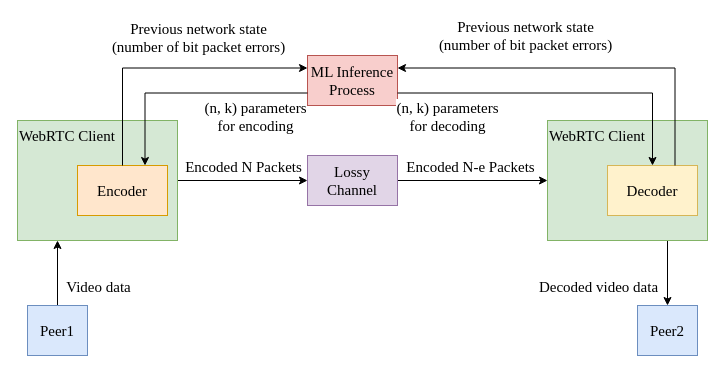
Earlier version of the draw.io diagram system_diagram.drawio (jason-gerard/Adaptive-FEC-WebRTC). Source tidied: cells renumbered, new cells numbered last; positions are measured from the earlier drawing's top-left corner, leaving out a move shared by most shapes. Both pictures are drawn from the tidied source at 100%, with x=0, y=0 at pixel (17, 55).
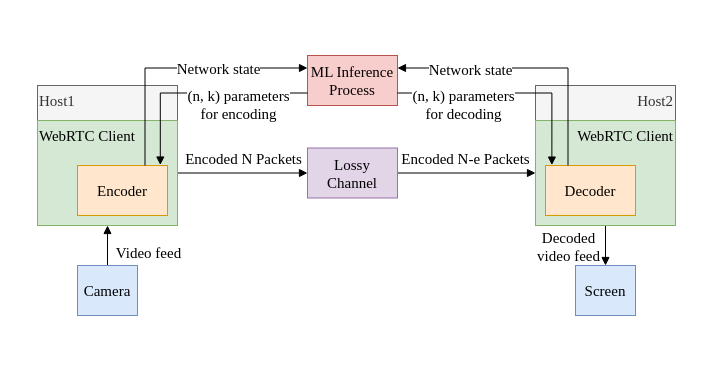
After the change.

Unchanged cells that the change refers to:
```xml
<mxCell id="5" value="ML Inference Process" style="rounded=0;whiteSpace=wrap;html=1;fillColor=#f8cecc;strokeColor=#b85450;fontFamily=Times New Roman;fontSize=15;" parent="1" vertex="1">
  <mxGeometry x="290" width="90" height="50" as="geometry" />
</mxCell>
<mxCell id="14" value="Encoder" style="rounded=0;whiteSpace=wrap;html=1;fillColor=#ffe6cc;strokeColor=#d79b00;fontFamily=Times New Roman;fontSize=15;" parent="1" vertex="1">
  <mxGeometry x="60" y="110" width="90" height="50" as="geometry" />
</mxCell>
```

What changed in the source:
```diff
@@
+    <mxCell id="26" value="Host2" style="rounded=0;whiteSpace=wrap;html=1;verticalAlign=top;align=right;fontFamily=Times New Roman;fontSize=15;fillColor=#f5f5f5;fontColor=#333333;strokeColor=#666666;" parent="1" vertex="1">
+      <mxGeometry x="518" y="30" width="140" height="140" as="geometry" />
+    </mxCell>
+    <mxCell id="27" value="Host1" style="rounded=0;whiteSpace=wrap;html=1;verticalAlign=top;align=left;fontFamily=Times New Roman;fontSize=15;fillColor=#f5f5f5;fontColor=#333333;strokeColor=#666666;" parent="1" vertex="1">
+      <mxGeometry x="20" y="30" width="140" height="140" as="geometry" />
+    </mxCell>
-    <mxCell id="2" style="edgeStyle=orthogonalEdgeStyle;rounded=0;jettySize=auto;html=1;exitX=0.5;exitY=0;exitDx=0;exitDy=0;fontFamily=Times New Roman;fontSize=15;entryX=0.25;entryY=1;entryDx=0;entryDy=0;" parent="1" edge="1" source="4" target="8">
+    <mxCell id="2" style="edgeStyle=orthogonalEdgeStyle;rounded=0;jettySize=auto;html=1;exitX=0.5;exitY=0;exitDx=0;exitDy=0;fontFamily=Times New Roman;fontSize=15;entryX=0.5;entryY=1;entryDx=0;entryDy=0;endArrow=block;endFill=1;" parent="1" edge="1" source="4" target="8">
       <mxGeometry relative="1" as="geometry" />
     </mxCell>
-    <mxCell id="3" value="Video data" style="edgeLabel;html=1;align=center;verticalAlign=middle;fontFamily=Times New Roman;fontSize=15;" parent="2" vertex="1">
+    <mxCell id="3" value="Video feed" style="edgeLabel;html=1;align=center;verticalAlign=middle;fontFamily=Times New Roman;fontSize=15;" parent="2" vertex="1">
       <mxGeometry x="-0.52" y="-1" relative="1" as="geometry">
         <mxPoint x="39" y="-4" as="offset" />
       </mxGeometry>
     </mxCell>
-    <mxCell id="4" value="Peer1" style="rounded=0;whiteSpace=wrap;html=1;fillColor=#dae8fc;strokeColor=#6c8ebf;fontFamily=Times New Roman;fontSize=15;" parent="1" vertex="1">
-      <mxGeometry x="10" y="250" width="60" height="50" as="geometry" />
+    <mxCell id="4" value="Camera" style="rounded=0;whiteSpace=wrap;html=1;fillColor=#dae8fc;strokeColor=#6c8ebf;fontFamily=Times New Roman;fontSize=15;" parent="1" vertex="1">
+      <mxGeometry x="60" y="210" width="60" height="50" as="geometry" />
     </mxCell>
@@
-    <mxCell id="6" style="edgeStyle=orthogonalEdgeStyle;rounded=0;jettySize=auto;html=1;exitX=1;exitY=0.5;exitDx=0;exitDy=0;entryX=0;entryY=0.5;entryDx=0;entryDy=0;fontFamily=Times New Roman;fontSize=15;" parent="1" edge="1" source="8" target="11">
+    <mxCell id="6" style="edgeStyle=orthogonalEdgeStyle;rounded=0;jettySize=auto;html=1;exitX=1;exitY=0.5;exitDx=0;exitDy=0;entryX=0;entryY=0.5;entryDx=0;entryDy=0;fontFamily=Times New Roman;fontSize=15;endArrow=block;endFill=1;" parent="1" edge="1" source="8" target="11">
       <mxGeometry relative="1" as="geometry" />
     </mxCell>
@@
     <mxCell id="8" value="WebRTC Client" style="rounded=0;whiteSpace=wrap;html=1;verticalAlign=top;align=left;fillColor=#d5e8d4;strokeColor=#82b366;fontFamily=Times New Roman;fontSize=15;" parent="1" vertex="1">
-      <mxGeometry y="65" width="160" height="120" as="geometry" />
+      <mxGeometry x="20" y="65" width="140" height="105" as="geometry" />
     </mxCell>
-    <mxCell id="9" style="edgeStyle=orthogonalEdgeStyle;rounded=0;jettySize=auto;html=1;exitX=1;exitY=0.5;exitDx=0;exitDy=0;entryX=0;entryY=0.5;entryDx=0;entryDy=0;fontFamily=Times New Roman;fontSize=15;" parent="1" edge="1" source="11" target="17">
+    <mxCell id="9" style="edgeStyle=orthogonalEdgeStyle;rounded=0;jettySize=auto;html=1;exitX=1;exitY=0.5;exitDx=0;exitDy=0;entryX=0;entryY=0.5;entryDx=0;entryDy=0;fontFamily=Times New Roman;fontSize=15;endArrow=block;endFill=1;" parent="1" edge="1" source="11" target="17">
       <mxGeometry relative="1" as="geometry" />
     </mxCell>
@@
     <mxCell id="11" value="Lossy Channel" style="rounded=0;whiteSpace=wrap;html=1;fillColor=#e1d5e7;strokeColor=#9673a6;fontFamily=Times New Roman;fontSize=15;" parent="1" vertex="1">
-      <mxGeometry x="290" y="100" width="90" height="50" as="geometry" />
+      <mxGeometry x="290" y="92.5" width="90" height="50" as="geometry" />
     </mxCell>
-    <mxCell id="12" style="edgeStyle=orthogonalEdgeStyle;rounded=0;jettySize=auto;html=1;exitX=0.75;exitY=1;exitDx=0;exitDy=0;entryX=0.5;entryY=0;entryDx=0;entryDy=0;fontFamily=Times New Roman;fontSize=15;" parent="1" edge="1" source="17" target="23">
-      <mxGeometry relative="1" as="geometry" />
-    </mxCell>
-    <mxCell id="13" value="Decoded video data" style="edgeLabel;html=1;align=center;verticalAlign=middle;fontFamily=Times New Roman;fontSize=15;" parent="12" vertex="1">
-      <mxGeometry x="-0.58" y="2" relative="1" as="geometry">
-        <mxPoint x="-72" y="31" as="offset" />
-      </mxGeometry>
-    </mxCell>
@@
-    <mxCell id="15" style="edgeStyle=orthogonalEdgeStyle;rounded=0;jettySize=auto;html=1;entryX=0;entryY=0.25;entryDx=0;entryDy=0;exitX=0.5;exitY=0;exitDx=0;exitDy=0;fontFamily=Times New Roman;fontSize=15;" parent="1" edge="1" source="14" target="5">
-      <mxGeometry relative="1" as="geometry" />
+    <mxCell id="15" style="edgeStyle=orthogonalEdgeStyle;rounded=0;jettySize=auto;html=1;entryX=0;entryY=0.25;entryDx=0;entryDy=0;exitX=0.75;exitY=0;exitDx=0;exitDy=0;fontFamily=Times New Roman;fontSize=15;endArrow=block;endFill=1;" parent="1" edge="1" source="14" target="5">
+      <mxGeometry relative="1" as="geometry">
+        <Array as="points">
+          <mxPoint x="128" y="13" />
+        </Array>
+      </mxGeometry>
     </mxCell>
-    <mxCell id="16" value="Previous network state&lt;br style=&quot;font-size: 15px;&quot;&gt;(number of bit packet errors)" style="edgeLabel;html=1;align=center;verticalAlign=middle;fontFamily=Times New Roman;fontSize=15;" parent="15" vertex="1">
-      <mxGeometry x="-0.42" y="2" relative="1" as="geometry">
-        <mxPoint x="77" y="-47" as="offset" />
-      </mxGeometry>
-    </mxCell>
-    <mxCell id="17" value="WebRTC Client" style="rounded=0;whiteSpace=wrap;html=1;verticalAlign=top;align=left;fillColor=#d5e8d4;strokeColor=#82b366;fontFamily=Times New Roman;fontSize=15;" parent="1" vertex="1">
-      <mxGeometry x="530" y="65" width="160" height="120" as="geometry" />
-    </mxCell>
-    <mxCell id="18" value="Decoder" style="rounded=0;whiteSpace=wrap;html=1;fillColor=#fff2cc;strokeColor=#d6b656;fontFamily=Times New Roman;fontSize=15;" parent="1" vertex="1">
-      <mxGeometry x="590" y="110" width="90" height="50" as="geometry" />
-    </mxCell>
-    <mxCell id="19" style="edgeStyle=orthogonalEdgeStyle;rounded=0;jettySize=auto;html=1;exitX=1;exitY=0.75;exitDx=0;exitDy=0;entryX=0.5;entryY=0;entryDx=0;entryDy=0;fontFamily=Times New Roman;fontSize=15;" parent="1" edge="1" source="5" target="18">
-      <mxGeometry relative="1" as="geometry" />
-    </mxCell>
-    <mxCell id="20" value="(n, k) parameters&lt;br style=&quot;border-color: var(--border-color); font-size: 15px;&quot;&gt;for decoding" style="edgeLabel;html=1;align=center;verticalAlign=middle;fontFamily=Times New Roman;fontSize=15;" parent="19" vertex="1">
-      <mxGeometry x="0.15" y="-1" relative="1" as="geometry">
-        <mxPoint x="-139" y="22" as="offset" />
-      </mxGeometry>
-    </mxCell>
-    <mxCell id="21" style="edgeStyle=orthogonalEdgeStyle;rounded=0;jettySize=auto;html=1;exitX=0.75;exitY=0;exitDx=0;exitDy=0;entryX=1;entryY=0.25;entryDx=0;entryDy=0;fontFamily=Times New Roman;fontSize=15;" parent="1" edge="1" source="18" target="5">
-      <mxGeometry relative="1" as="geometry" />
-    </mxCell>
-    <mxCell id="22" value="Previous network state&lt;br style=&quot;border-color: var(--border-color); font-size: 15px;&quot;&gt;(number of bit packet errors)" style="edgeLabel;html=1;align=center;verticalAlign=middle;fontFamily=Times New Roman;fontSize=15;" parent="21" vertex="1">
-      <mxGeometry x="0.2" relative="1" as="geometry">
-        <mxPoint x="-23" y="-33" as="offset" />
-      </mxGeometry>
-    </mxCell>
+    <mxCell id="28" value="Network state" style="edgeLabel;html=1;align=center;verticalAlign=middle;fontFamily=Times New Roman;fontSize=15;" parent="15" vertex="1">
+      <mxGeometry x="0.31" relative="1" as="geometry" />
+    </mxCell>
-    <mxCell id="23" value="Peer2" style="rounded=0;whiteSpace=wrap;html=1;fillColor=#dae8fc;strokeColor=#6c8ebf;fontFamily=Times New Roman;fontSize=15;" parent="1" vertex="1">
-      <mxGeometry x="620" y="250" width="60" height="50" as="geometry" />
+    <mxCell id="23" value="Screen" style="rounded=0;whiteSpace=wrap;html=1;fillColor=#dae8fc;strokeColor=#6c8ebf;fontFamily=Times New Roman;fontSize=15;" parent="1" vertex="1">
+      <mxGeometry x="558" y="210" width="60" height="50" as="geometry" />
     </mxCell>
-    <mxCell id="24" style="edgeStyle=orthogonalEdgeStyle;rounded=0;jettySize=auto;html=1;exitX=0;exitY=0.75;exitDx=0;exitDy=0;entryX=0.75;entryY=0;entryDx=0;entryDy=0;fontFamily=Times New Roman;fontSize=15;" parent="1" edge="1" source="5" target="14">
+    <mxCell id="24" style="edgeStyle=orthogonalEdgeStyle;rounded=0;jettySize=auto;html=1;exitX=0;exitY=0.75;exitDx=0;exitDy=0;entryX=0.92;entryY=-0.01;entryDx=0;entryDy=0;fontFamily=Times New Roman;fontSize=15;entryPerimeter=0;endArrow=block;endFill=1;" parent="1" edge="1" source="5" target="14">
       <mxGeometry relative="1" as="geometry" />
     </mxCell>
     <mxCell id="25" value="(n, k) parameters&lt;br style=&quot;border-color: var(--border-color); font-size: 15px;&quot;&gt;&lt;span style=&quot;font-size: 15px;&quot;&gt;for encoding&lt;/span&gt;" style="edgeLabel;html=1;align=center;verticalAlign=middle;fontFamily=Times New Roman;fontSize=15;" parent="24" vertex="1">
-      <mxGeometry x="-0.55" y="1" relative="1" as="geometry">
-        <mxPoint y="22" as="offset" />
+      <mxGeometry x="-0.56" y="-1" relative="1" as="geometry">
+        <mxPoint x="-22" y="12" as="offset" />
       </mxGeometry>
     </mxCell>
+    <mxCell id="12" style="edgeStyle=orthogonalEdgeStyle;rounded=0;jettySize=auto;html=1;exitX=0.5;exitY=1;exitDx=0;exitDy=0;entryX=0.5;entryY=0;entryDx=0;entryDy=0;endArrow=block;endFill=1;" parent="1" edge="1" source="17" target="23">
+      <mxGeometry relative="1" as="geometry" />
+    </mxCell>
+    <mxCell id="29" value="Decoded&lt;br&gt;video feed" style="edgeLabel;html=1;align=center;verticalAlign=middle;fontFamily=Times New Roman;fontSize=15;" parent="12" vertex="1">
+      <mxGeometry x="-0.41" y="1" relative="1" as="geometry">
+        <mxPoint x="-39" y="8" as="offset" />
+      </mxGeometry>
+    </mxCell>
+    <mxCell id="17" value="WebRTC Client" style="rounded=0;whiteSpace=wrap;html=1;verticalAlign=top;align=right;fillColor=#d5e8d4;strokeColor=#82b366;fontFamily=Times New Roman;fontSize=15;" parent="1" vertex="1">
+      <mxGeometry x="518" y="65" width="140" height="105" as="geometry" />
+    </mxCell>
+    <mxCell id="18" value="Decoder" style="rounded=0;whiteSpace=wrap;html=1;fillColor=#ffe6cc;strokeColor=#d79b00;fontFamily=Times New Roman;fontSize=15;" parent="1" vertex="1">
+      <mxGeometry x="528" y="110" width="90" height="50" as="geometry" />
+    </mxCell>
+    <mxCell id="21" style="edgeStyle=orthogonalEdgeStyle;rounded=0;jettySize=auto;html=1;exitX=0.25;exitY=0;exitDx=0;exitDy=0;entryX=1;entryY=0.25;entryDx=0;entryDy=0;fontFamily=Times New Roman;fontSize=15;endArrow=block;endFill=1;" parent="1" edge="1" source="18" target="5">
+      <mxGeometry relative="1" as="geometry" />
+    </mxCell>
+    <mxCell id="30" value="Network state" style="edgeLabel;html=1;align=center;verticalAlign=middle;fontFamily=Times New Roman;fontSize=15;" parent="21" vertex="1">
+      <mxGeometry x="0.46" y="1" relative="1" as="geometry" />
+    </mxCell>
+    <mxCell id="19" style="edgeStyle=orthogonalEdgeStyle;rounded=0;jettySize=auto;html=1;exitX=1;exitY=0.75;exitDx=0;exitDy=0;fontFamily=Times New Roman;fontSize=15;entryX=0.071;entryY=-0.008;entryDx=0;entryDy=0;entryPerimeter=0;endArrow=block;endFill=1;" parent="1" edge="1" source="5" target="18">
+      <mxGeometry relative="1" as="geometry" />
+    </mxCell>
+    <mxCell id="20" value="(n, k) parameters&lt;br style=&quot;border-color: var(--border-color); font-size: 15px;&quot;&gt;for decoding" style="edgeLabel;html=1;align=center;verticalAlign=middle;fontFamily=Times New Roman;fontSize=15;" parent="19" vertex="1">
+      <mxGeometry x="-0.43" relative="1" as="geometry">
+        <mxPoint y="11" as="offset" />
+      </mxGeometry>
+    </mxCell>
```
